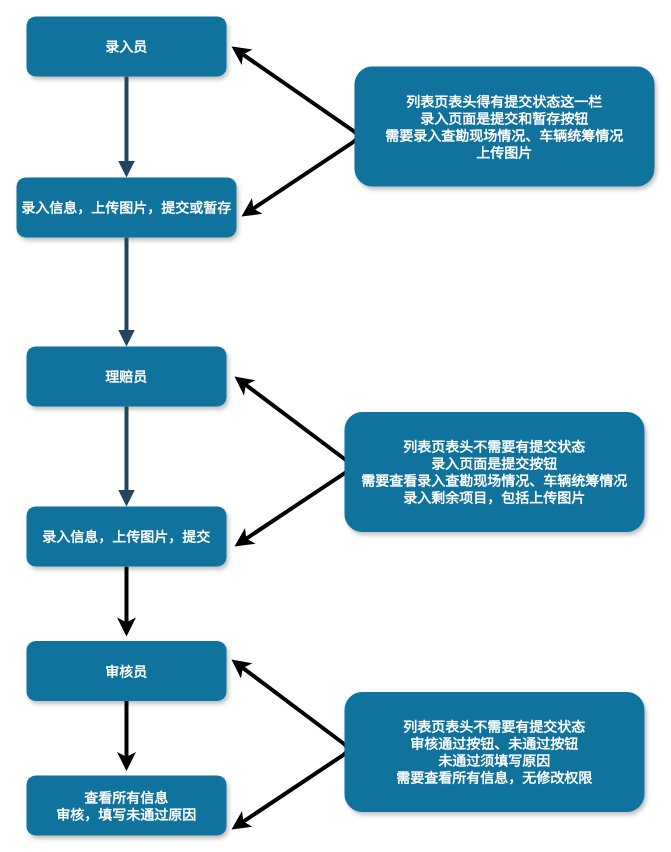
The draw.io diagram Untitled Diagram.drawio in divbeginner/baoxian, before the edit. Source tidied: cells renumbered, new cells numbered last; positions are measured from the earlier drawing's top-left corner, leaving out a move shared by most shapes. Both pictures are drawn from the tidied source at 100%, with x=0, y=0 at pixel (6, 16).
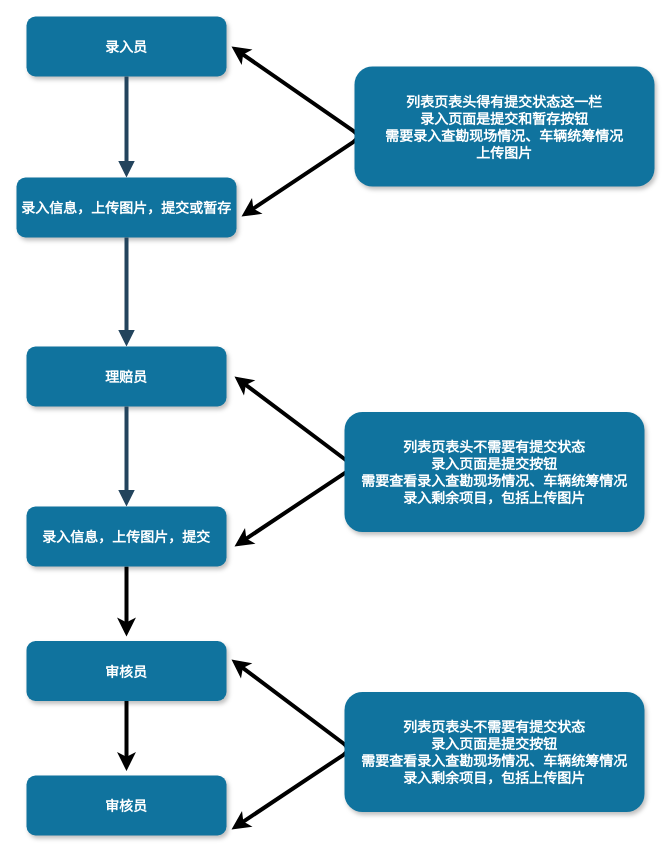
Above is the later version.

The edit, as a diff of the source:
```diff
@@
-    <mxCell id="16" value="查看所有信息&#10;审核，填写未通过原因" style="rounded=1;fillColor=#10739E;strokeColor=none;shadow=1;gradientColor=none;fontStyle=1;fontColor=#FFFFFF;fontSize=14;" parent="1" vertex="1">
+    <mxCell id="16" value="审核员" style="rounded=1;fillColor=#10739E;strokeColor=none;shadow=1;gradientColor=none;fontStyle=1;fontColor=#FFFFFF;fontSize=14;" parent="1" vertex="1">
       <mxGeometry x="20" y="759" width="200" height="60" as="geometry" />
     </mxCell>
@@
-    <mxCell id="18" value="列表页表头不需要有提交状态&#10;审核通过按钮、未通过按钮&#10;未通过须填写原因&#10;需要查看所有信息，无修改权限" style="rounded=1;fillColor=#10739E;strokeColor=none;shadow=1;gradientColor=none;fontStyle=1;fontSize=14;fontColor=#FFFFFF;" parent="1" vertex="1">
+    <mxCell id="18" value="列表页表头不需要有提交状态&#10;录入页面是提交按钮&#10;需要查看录入查勘现场情况、车辆统筹情况&#10;录入剩余项目，包括上传图片" style="rounded=1;fillColor=#10739E;strokeColor=none;shadow=1;gradientColor=none;fontStyle=1;fontSize=14;fontColor=#FFFFFF;" parent="1" vertex="1">
       <mxGeometry x="338" y="675.5" width="300" height="120" as="geometry" />
     </mxCell>
```
